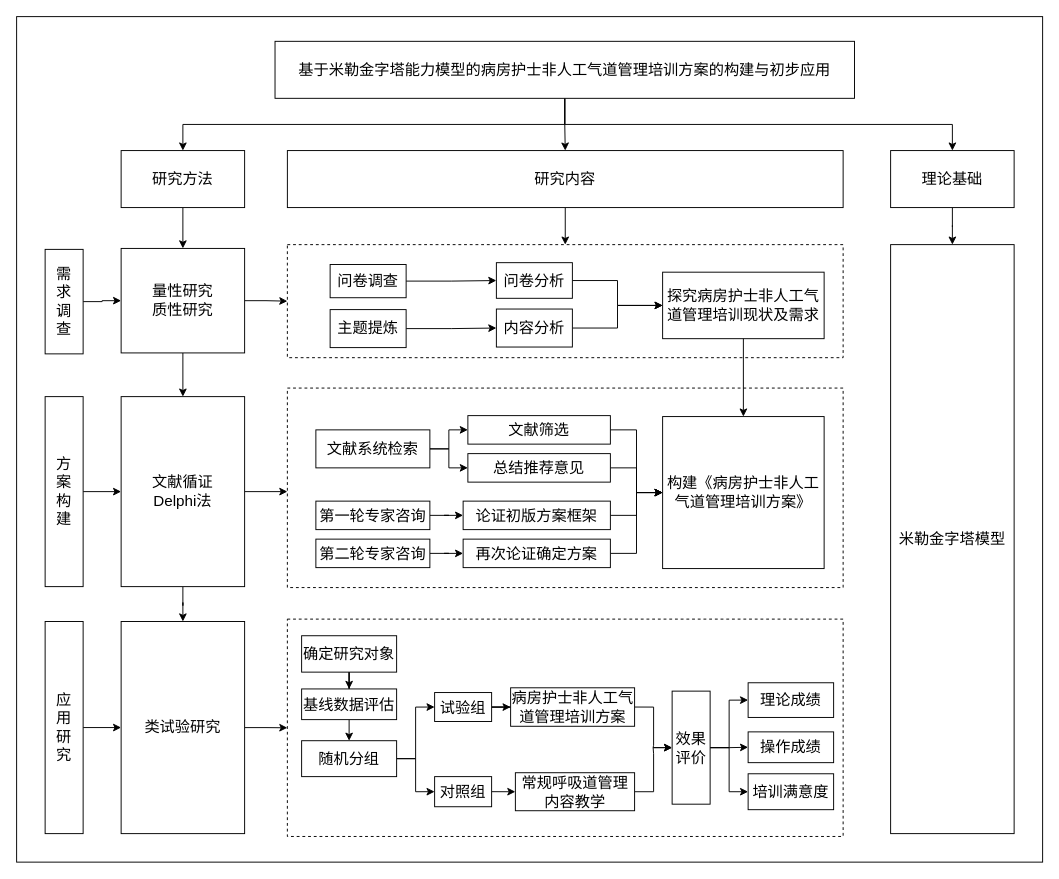
p1o2p3u1/draw_io_diagram keeps this draw.io diagram as page "第 8 页" (8 of 8) of t1.drawio. Above is the earlier version. Source tidied: cells renumbered, new cells numbered last; positions are measured from the earlier drawing's top-left corner, leaving out a move shared by most shapes. Both pictures are drawn from the tidied source at 95%, with x=0, y=0 at pixel (16, 16).
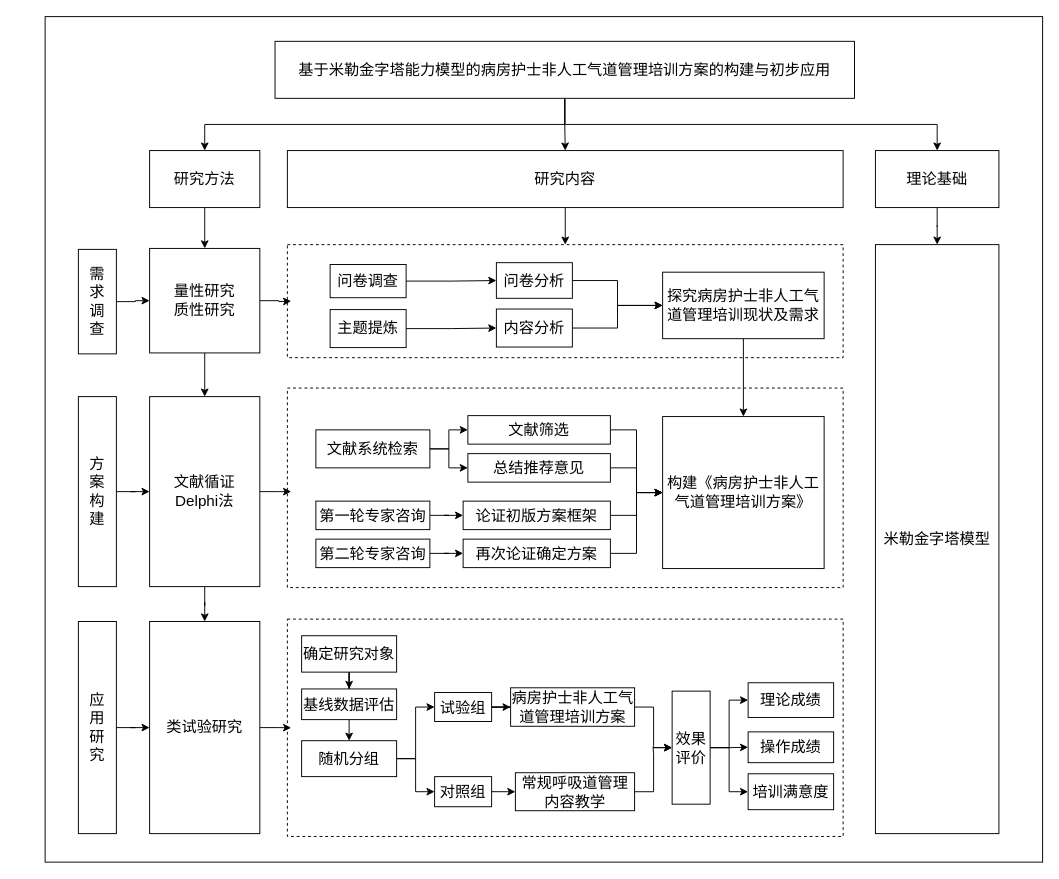
After the change.

Unchanged cells that the change refers to:
```xml
<mxCell id="3" style="rounded=0;whiteSpace=wrap;html=1;dashed=1;fontStyle=0;fontSize=16;" parent="1" vertex="1">
  <mxGeometry x="285" y="634.2" width="585" height="228.8" as="geometry" />
</mxCell>
<mxCell id="5" style="rounded=0;whiteSpace=wrap;html=1;dashed=1;fontStyle=0;fontSize=16;" parent="1" vertex="1">
  <mxGeometry x="285" y="240" width="585" height="119" as="geometry" />
</mxCell>
```

What changed in the source:
```diff
@@
     <mxCell id="2" style="rounded=0;whiteSpace=wrap;html=1;fontStyle=0;fontSize=16;" parent="1" vertex="1">
-      <mxGeometry width="1080" height="890" as="geometry" />
+      <mxGeometry x="30" width="1050" height="890" as="geometry" />
     </mxCell>
@@
     <mxCell id="11" value="研究方法" style="rounded=0;whiteSpace=wrap;html=1;fontStyle=0;fontSize=16;" parent="1" vertex="1">
-      <mxGeometry x="110" y="141" width="130" height="60" as="geometry" />
+      <mxGeometry x="140" y="141" width="116" height="60" as="geometry" />
     </mxCell>
@@
     <mxCell id="13" value="理论基础" style="rounded=0;whiteSpace=wrap;html=1;fontStyle=0;fontSize=16;" parent="1" vertex="1">
-      <mxGeometry x="920" y="141" width="130" height="60" as="geometry" />
+      <mxGeometry x="904" y="141" width="130" height="60" as="geometry" />
     </mxCell>
@@
     <mxCell id="17" value="方&lt;div style=&quot;font-size: 16px;&quot;&gt;案&lt;/div&gt;&lt;div style=&quot;font-size: 16px;&quot;&gt;构&lt;/div&gt;&lt;div style=&quot;font-size: 16px;&quot;&gt;建&lt;/div&gt;" style="rounded=0;whiteSpace=wrap;html=1;fontStyle=0;fontSize=16;" parent="1" vertex="1">
-      <mxGeometry x="30" y="400" width="40" height="200" as="geometry" />
+      <mxGeometry x="65" y="400" width="40" height="200" as="geometry" />
     </mxCell>
     <mxCell id="18" style="edgeStyle=orthogonalEdgeStyle;rounded=0;jettySize=auto;html=1;entryX=0;entryY=0.5;entryDx=0;entryDy=0;fontStyle=0;fontSize=16;" parent="1" edge="1" source="20">
       <mxGeometry relative="1" as="geometry">
-        <mxPoint x="285" y="500" as="targetPoint" />
+        <mxPoint x="289" y="500" as="targetPoint" />
       </mxGeometry>
     </mxCell>
@@
     <mxCell id="20" value="文献循证&lt;div style=&quot;font-size: 16px;&quot;&gt;&lt;span style=&quot;font-size: 16px;&quot;&gt;Delphi法&lt;/span&gt;&lt;br style=&quot;font-size: 16px;&quot;&gt;&lt;/div&gt;" style="rounded=0;whiteSpace=wrap;html=1;fontStyle=0;fontSize=16;" parent="1" vertex="1">
-      <mxGeometry x="110" y="400" width="130" height="200" as="geometry" />
+      <mxGeometry x="140" y="400" width="116" height="200" as="geometry" />
     </mxCell>
-    <mxCell id="21" style="edgeStyle=orthogonalEdgeStyle;rounded=0;jettySize=auto;html=1;entryX=0;entryY=0.5;entryDx=0;entryDy=0;fontStyle=0;fontSize=16;" parent="1" edge="1" source="23" target="5">
-      <mxGeometry relative="1" as="geometry" />
+    <mxCell id="21" style="edgeStyle=orthogonalEdgeStyle;rounded=0;jettySize=auto;html=1;entryX=0;entryY=0.5;entryDx=0;entryDy=0;fontStyle=0;fontSize=16;" parent="1" edge="1" source="23">
+      <mxGeometry relative="1" as="geometry">
+        <mxPoint x="289" y="299.5" as="targetPoint" />
+      </mxGeometry>
     </mxCell>
@@
     <mxCell id="23" value="量性研究&lt;div style=&quot;font-size: 16px;&quot;&gt;质性研究&lt;/div&gt;" style="rounded=0;whiteSpace=wrap;html=1;fontStyle=0;fontSize=16;" parent="1" vertex="1">
-      <mxGeometry x="110" y="244" width="130" height="110" as="geometry" />
+      <mxGeometry x="140" y="244" width="116" height="110" as="geometry" />
     </mxCell>
@@
     <mxCell id="48" value="应&lt;div style=&quot;font-size: 16px;&quot;&gt;用&lt;/div&gt;&lt;div style=&quot;font-size: 16px;&quot;&gt;研&lt;/div&gt;&lt;div style=&quot;font-size: 16px;&quot;&gt;究&lt;/div&gt;" style="rounded=0;whiteSpace=wrap;html=1;fontStyle=0;fontSize=16;" parent="1" vertex="1">
-      <mxGeometry x="30" y="636.7" width="40" height="223.3" as="geometry" />
+      <mxGeometry x="65" y="636.7" width="40" height="223.3" as="geometry" />
     </mxCell>
-    <mxCell id="49" style="edgeStyle=orthogonalEdgeStyle;rounded=0;jettySize=auto;html=1;entryX=0;entryY=0.5;entryDx=0;entryDy=0;fontStyle=0;fontSize=16;" parent="1" edge="1" source="50" target="3">
-      <mxGeometry relative="1" as="geometry" />
+    <mxCell id="49" style="edgeStyle=orthogonalEdgeStyle;rounded=0;jettySize=auto;html=1;entryX=0;entryY=0.5;entryDx=0;entryDy=0;fontStyle=0;fontSize=16;" parent="1" edge="1" source="50">
+      <mxGeometry relative="1" as="geometry">
+        <mxPoint x="289" y="748.6" as="targetPoint" />
+      </mxGeometry>
     </mxCell>
     <mxCell id="50" value="类试验研究" style="rounded=0;whiteSpace=wrap;html=1;fontStyle=0;fontSize=16;" parent="1" vertex="1">
-      <mxGeometry x="110" y="636.7" width="130" height="223.3" as="geometry" />
+      <mxGeometry x="140" y="636.7" width="116" height="223.3" as="geometry" />
     </mxCell>
@@
     <mxCell id="75" value="需&lt;div style=&quot;font-size: 16px;&quot;&gt;求&lt;/div&gt;&lt;div style=&quot;font-size: 16px;&quot;&gt;调&lt;/div&gt;&lt;div style=&quot;font-size: 16px;&quot;&gt;查&lt;/div&gt;" style="rounded=0;whiteSpace=wrap;html=1;fontStyle=0;fontSize=16;" parent="1" vertex="1">
-      <mxGeometry x="30" y="245" width="40" height="110" as="geometry" />
+      <mxGeometry x="65" y="245" width="40" height="110" as="geometry" />
     </mxCell>
@@
     <mxCell id="77" value="米勒金字塔模型" style="rounded=0;whiteSpace=wrap;html=1;fontStyle=0;fontSize=16;" parent="1" vertex="1">
-      <mxGeometry x="920" y="240" width="130" height="620" as="geometry" />
+      <mxGeometry x="904" y="240" width="130" height="620" as="geometry" />
     </mxCell>
```
